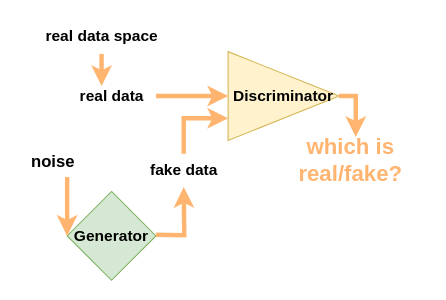
The draw.io diagram GANS-simple.drawio in huyle84/diagrams, before the edit. Source tidied: cells renumbered, new cells numbered last; positions are measured from the earlier drawing's top-left corner, leaving out a move shared by most shapes. Both pictures are drawn from the tidied source at 111%, with x=0, y=0 at pixel (19, 19).
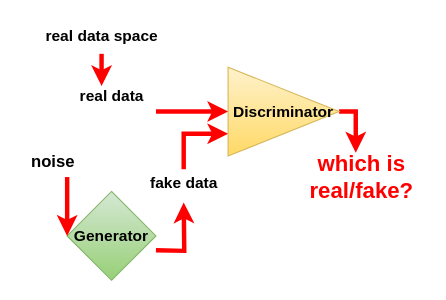
The same page after the edit.

Unchanged cells that the change refers to:
```xml
<mxCell id="6" value="&lt;font style=&quot;font-size: 15px;&quot;&gt;&lt;b&gt;noise&lt;/b&gt;&lt;/font&gt;" style="text;html=1;align=center;verticalAlign=middle;points=[];strokeColor=none;fillColor=none;" parent="1" vertex="1">
  <mxGeometry y="112" width="60" height="30" as="geometry" />
</mxCell>
<mxCell id="11" value="&lt;font style=&quot;font-size: 14px;&quot;&gt;&lt;b&gt;real data&lt;/b&gt;&lt;/font&gt;" style="text;html=1;align=center;verticalAlign=middle;points=[];strokeColor=none;fillColor=none;" parent="1" vertex="1">
  <mxGeometry x="43" y="54" width="80" height="30" as="geometry" />
</mxCell>
```

What changed in the source:
```diff
@@
-    <mxCell id="2" style="edgeStyle=orthogonalEdgeStyle;rounded=0;jettySize=auto;html=1;exitX=1;exitY=0.5;exitDx=0;exitDy=0;strokeWidth=4;strokeColor=#FFB570;" parent="1" edge="1" source="3">
-      <mxGeometry relative="1" as="geometry">
-        <mxPoint x="303" y="106" as="targetPoint" />
-      </mxGeometry>
-    </mxCell>
+    <mxCell id="15" style="edgeStyle=orthogonalEdgeStyle;rounded=0;jettySize=auto;html=1;exitX=1;exitY=0.5;exitDx=0;exitDy=0;strokeWidth=4;strokeColor=#FF0000;" parent="1" edge="1" source="3">
+      <mxGeometry relative="1" as="geometry">
+        <mxPoint x="303" y="120" as="targetPoint" />
+      </mxGeometry>
+    </mxCell>
-    <mxCell id="3" value="&lt;font style=&quot;font-size: 14px;&quot;&gt;&lt;b&gt;Discriminator&lt;/b&gt;&lt;/font&gt;" style="triangle;whiteSpace=wrap;html=1;fillColor=#fff2cc;strokeColor=#d6b656;" parent="1" vertex="1">
-      <mxGeometry x="188" y="29" width="100" height="80" as="geometry" />
+    <mxCell id="3" value="&lt;font style=&quot;font-size: 14px;&quot;&gt;&lt;b&gt;Discriminator&lt;/b&gt;&lt;/font&gt;" style="triangle;whiteSpace=wrap;html=1;fillColor=#fff2cc;strokeColor=#d6b656;gradientColor=#ffd966;" parent="1" vertex="1">
+      <mxGeometry x="188" y="43" width="100" height="80" as="geometry" />
     </mxCell>
-    <mxCell id="4" value="&lt;b&gt;&lt;font style=&quot;font-size: 14px;&quot;&gt;Generator&lt;/font&gt;&lt;/b&gt;" style="rhombus;whiteSpace=wrap;html=1;fillColor=#d5e8d4;strokeColor=#82b366;" parent="1" vertex="1">
+    <mxCell id="4" value="&lt;b&gt;&lt;font style=&quot;font-size: 14px;&quot;&gt;Generator&lt;/font&gt;&lt;/b&gt;" style="rhombus;whiteSpace=wrap;html=1;fillColor=#d5e8d4;strokeColor=#82b366;gradientColor=#97d077;" parent="1" vertex="1">
       <mxGeometry x="43" y="155" width="80" height="80" as="geometry" />
     </mxCell>
-    <mxCell id="5" style="edgeStyle=orthogonalEdgeStyle;rounded=0;jettySize=auto;html=1;entryX=0;entryY=0.5;entryDx=0;entryDy=0;strokeWidth=4;fillColor=#f8cecc;strokeColor=#FFB570;" parent="1" edge="1" source="6" target="4">
+    <mxCell id="5" style="edgeStyle=orthogonalEdgeStyle;rounded=0;jettySize=auto;html=1;entryX=0;entryY=0.5;entryDx=0;entryDy=0;strokeWidth=4;fillColor=#f8cecc;strokeColor=#FF0000;" parent="1" edge="1" source="6" target="4">
       <mxGeometry relative="1" as="geometry">
         <Array as="points">
           <mxPoint x="43" y="136" />
         </Array>
       </mxGeometry>
     </mxCell>
@@
-    <mxCell id="7" style="edgeStyle=orthogonalEdgeStyle;rounded=0;jettySize=auto;html=1;entryX=0;entryY=0.75;entryDx=0;entryDy=0;strokeWidth=4;fillColor=#f8cecc;strokeColor=#FFB570;" parent="1" edge="1" source="8" target="3">
-      <mxGeometry relative="1" as="geometry">
-        <Array as="points">
-          <mxPoint x="148" y="89" />
-        </Array>
-      </mxGeometry>
-    </mxCell>
+    <mxCell id="16" style="edgeStyle=orthogonalEdgeStyle;rounded=0;jettySize=auto;html=1;entryX=0;entryY=0.75;entryDx=0;entryDy=0;strokeWidth=4;fillColor=#f8cecc;strokeColor=#FF0000;" parent="1" edge="1" target="3">
+      <mxGeometry relative="1" as="geometry">
+        <mxPoint x="148" y="135" as="sourcePoint" />
+        <Array as="points">
+          <mxPoint x="148" y="103" />
+        </Array>
+      </mxGeometry>
+    </mxCell>
     <mxCell id="8" value="&lt;font style=&quot;font-size: 14px;&quot;&gt;&lt;b&gt;fake data&lt;/b&gt;&lt;/font&gt;" style="text;html=1;align=center;verticalAlign=middle;points=[];strokeColor=none;fillColor=none;" parent="1" vertex="1">
-      <mxGeometry x="108" y="121" width="80" height="30" as="geometry" />
+      <mxGeometry x="108" y="132" width="80" height="30" as="geometry" />
     </mxCell>
@@
-    <mxCell id="10" style="edgeStyle=orthogonalEdgeStyle;rounded=0;jettySize=auto;html=1;entryX=0;entryY=0.5;entryDx=0;entryDy=0;strokeWidth=4;fillColor=#f8cecc;strokeColor=#FFB570;" parent="1" edge="1" source="11" target="3">
-      <mxGeometry relative="1" as="geometry">
-        <Array as="points">
-          <mxPoint x="143" y="69" />
-          <mxPoint x="143" y="69" />
-        </Array>
-      </mxGeometry>
-    </mxCell>
+    <mxCell id="17" style="edgeStyle=orthogonalEdgeStyle;rounded=0;jettySize=auto;html=1;entryX=0;entryY=0.5;entryDx=0;entryDy=0;strokeWidth=4;fillColor=#f8cecc;strokeColor=#FF0000;" parent="1" edge="1" target="3">
+      <mxGeometry relative="1" as="geometry">
+        <mxPoint x="123" y="83" as="sourcePoint" />
+        <Array as="points">
+          <mxPoint x="143" y="83" />
+          <mxPoint x="143" y="83" />
+        </Array>
+      </mxGeometry>
+    </mxCell>
@@
-    <mxCell id="12" value="&lt;font color=&quot;#ffb570&quot; style=&quot;font-size: 20px;&quot;&gt;&lt;b&gt;which is &lt;br&gt;real/fake?&lt;/b&gt;&lt;/font&gt;" style="text;html=1;align=center;verticalAlign=middle;strokeColor=none;fillColor=none;" parent="1" vertex="1">
-      <mxGeometry x="238" y="96" width="120" height="60" as="geometry" />
+    <mxCell id="12" value="&lt;font color=&quot;#ff0000&quot; style=&quot;font-size: 20px;&quot;&gt;&lt;b&gt;which is &lt;br&gt;real/fake?&lt;/b&gt;&lt;/font&gt;" style="text;html=1;align=center;verticalAlign=middle;strokeColor=none;fillColor=none;" parent="1" vertex="1">
+      <mxGeometry x="248" y="111" width="120" height="60" as="geometry" />
     </mxCell>
-    <mxCell id="13" style="edgeStyle=orthogonalEdgeStyle;rounded=0;orthogonalLoop=1;jettySize=auto;html=1;exitX=1;exitY=0.5;exitDx=0;exitDy=0;entryX=0.5;entryY=1.1;entryDx=0;entryDy=0;entryPerimeter=0;strokeWidth=4;strokeColor=#FFB570;" parent="1" edge="1">
-      <mxGeometry relative="1" as="geometry">
-        <mxPoint x="123" y="194" as="sourcePoint" />
-        <mxPoint x="148" y="151" as="targetPoint" />
-      </mxGeometry>
-    </mxCell>
-    <mxCell id="14" style="edgeStyle=orthogonalEdgeStyle;rounded=0;orthogonalLoop=1;jettySize=auto;html=1;entryX=0.388;entryY=-0.1;entryDx=0;entryDy=0;entryPerimeter=0;strokeColor=#FFB570;strokeWidth=4;" parent="1" edge="1">
-      <mxGeometry relative="1" as="geometry">
-        <mxPoint x="74" y="31" as="sourcePoint" />
-        <mxPoint x="74" y="60" as="targetPoint" />
-      </mxGeometry>
-    </mxCell>
+    <mxCell id="18" style="edgeStyle=orthogonalEdgeStyle;rounded=0;orthogonalLoop=1;jettySize=auto;html=1;exitX=1;exitY=0.5;exitDx=0;exitDy=0;entryX=0.5;entryY=1.1;entryDx=0;entryDy=0;entryPerimeter=0;strokeWidth=4;strokeColor=#FF0000;" parent="1" edge="1">
+      <mxGeometry relative="1" as="geometry">
+        <mxPoint x="123" y="208" as="sourcePoint" />
+        <mxPoint x="148" y="165" as="targetPoint" />
+      </mxGeometry>
+    </mxCell>
+    <mxCell id="19" style="edgeStyle=orthogonalEdgeStyle;rounded=0;orthogonalLoop=1;jettySize=auto;html=1;entryX=0.388;entryY=-0.1;entryDx=0;entryDy=0;entryPerimeter=0;strokeColor=#FF0000;strokeWidth=4;" parent="1" edge="1">
+      <mxGeometry relative="1" as="geometry">
+        <mxPoint x="74" y="31" as="sourcePoint" />
+        <mxPoint x="74" y="60" as="targetPoint" />
+      </mxGeometry>
+    </mxCell>
```
